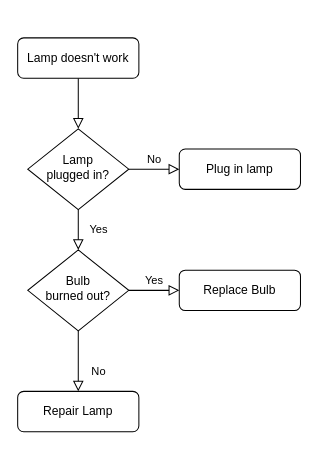
guilhermelorenzi/100-Days-of-Code-Python keeps this draw.io diagram as Day 7/task/Diagrama sem nome.drawio. Above is the earlier version. Source tidied: cells renumbered, new cells numbered last; positions are measured from the earlier drawing's top-left corner, leaving out a move shared by most shapes. Both pictures are drawn from the tidied source at 101%, with x=0, y=0 at pixel (17, 37).
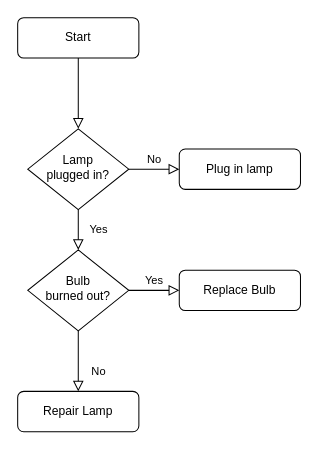
The same page after the edit.

Commit message:
Hangman game

Diff of the diagram source:
```diff
@@
 <mxGraphModel>
   <root>
     <mxCell id="0" />
     <mxCell id="1" parent="0" />
     <mxCell id="2" style="rounded=0;html=1;jettySize=auto;fontSize=11;endArrow=block;endFill=0;endSize=8;strokeWidth=1;shadow=0;labelBackgroundColor=none;edgeStyle=orthogonalEdgeStyle;" parent="1" edge="1" source="3" target="6">
       <mxGeometry relative="1" as="geometry" />
     </mxCell>
-    <mxCell id="3" value="Lamp doesn't work" style="rounded=1;whiteSpace=wrap;html=1;fontSize=12;glass=0;strokeWidth=1;shadow=0;" parent="1" vertex="1">
-      <mxGeometry width="120" height="40" as="geometry" />
+    <mxCell id="3" value="Start" style="rounded=1;whiteSpace=wrap;html=1;fontSize=12;glass=0;strokeWidth=1;shadow=0;" parent="1" vertex="1">
+      <mxGeometry y="-20" width="120" height="40" as="geometry" />
     </mxCell>
     <mxCell id="4" value="Yes" style="rounded=0;html=1;jettySize=auto;fontSize=11;endArrow=block;endFill=0;endSize=8;strokeWidth=1;shadow=0;labelBackgroundColor=none;edgeStyle=orthogonalEdgeStyle;" parent="1" edge="1" source="6" target="10">
       <mxGeometry y="20" relative="1" as="geometry" />
     </mxCell>
     <mxCell id="5" value="No" style="edgeStyle=orthogonalEdgeStyle;rounded=0;html=1;jettySize=auto;fontSize=11;endArrow=block;endFill=0;endSize=8;strokeWidth=1;shadow=0;labelBackgroundColor=none;" parent="1" edge="1" source="6" target="7">
       <mxGeometry y="10" relative="1" as="geometry" />
     </mxCell>
     <mxCell id="6" value="Lamp&lt;br&gt;plugged in?" style="rhombus;whiteSpace=wrap;html=1;shadow=0;fontFamily=Helvetica;fontSize=12;align=center;strokeWidth=1;spacing=6;spacingTop=-4;" parent="1" vertex="1">
       <mxGeometry x="10" y="90" width="100" height="80" as="geometry" />
     </mxCell>
     <mxCell id="7" value="Plug in lamp" style="rounded=1;whiteSpace=wrap;html=1;fontSize=12;glass=0;strokeWidth=1;shadow=0;" parent="1" vertex="1">
       <mxGeometry x="160" y="110" width="120" height="40" as="geometry" />
     </mxCell>
     <mxCell id="8" value="No" style="rounded=0;html=1;jettySize=auto;fontSize=11;endArrow=block;endFill=0;endSize=8;strokeWidth=1;shadow=0;labelBackgroundColor=none;edgeStyle=orthogonalEdgeStyle;" parent="1" edge="1" source="10" target="11">
       <mxGeometry x="0.33" y="20" relative="1" as="geometry" />
     </mxCell>
     <mxCell id="9" value="Yes" style="edgeStyle=orthogonalEdgeStyle;rounded=0;html=1;jettySize=auto;fontSize=11;endArrow=block;endFill=0;endSize=8;strokeWidth=1;shadow=0;labelBackgroundColor=none;" parent="1" edge="1" source="10" target="12">
       <mxGeometry y="10" relative="1" as="geometry" />
     </mxCell>
     <mxCell id="10" value="Bulb&lt;br&gt;burned out?" style="rhombus;whiteSpace=wrap;html=1;shadow=0;fontFamily=Helvetica;fontSize=12;align=center;strokeWidth=1;spacing=6;spacingTop=-4;" parent="1" vertex="1">
       <mxGeometry x="10" y="210" width="100" height="80" as="geometry" />
     </mxCell>
     <mxCell id="11" value="Repair Lamp" style="rounded=1;whiteSpace=wrap;html=1;fontSize=12;glass=0;strokeWidth=1;shadow=0;" parent="1" vertex="1">
       <mxGeometry y="350" width="120" height="40" as="geometry" />
     </mxCell>
     <mxCell id="12" value="Replace Bulb" style="rounded=1;whiteSpace=wrap;html=1;fontSize=12;glass=0;strokeWidth=1;shadow=0;" parent="1" vertex="1">
       <mxGeometry x="160" y="230" width="120" height="40" as="geometry" />
     </mxCell>
   </root>
 </mxGraphModel>
```
